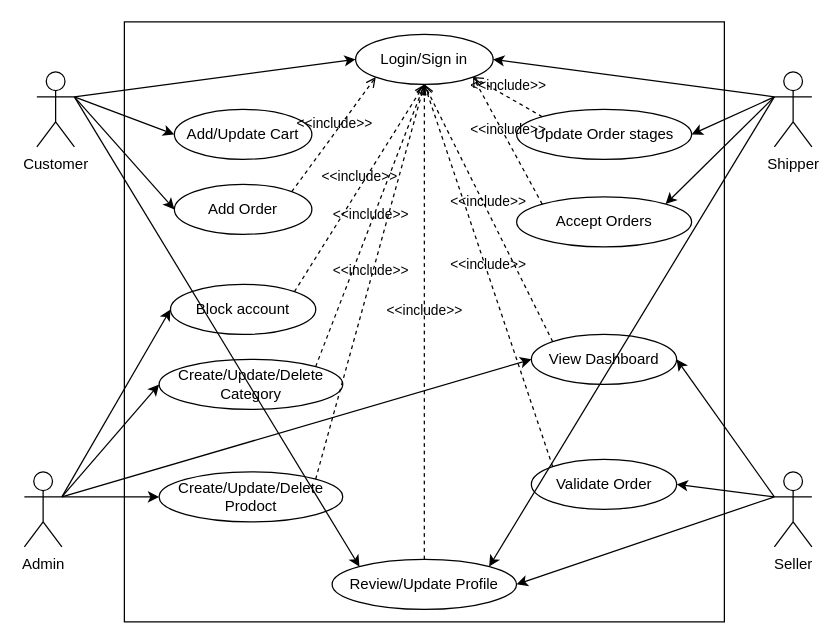
The draw.io diagram fynp use-case.drawio in demosofa/nextjs-FYP, before the edit. Source tidied: cells renumbered, new cells numbered last; positions are measured from the earlier drawing's top-left corner, leaving out a move shared by most shapes. Both pictures are drawn from the tidied source at 125%, with x=0, y=0 at pixel (24, 21).
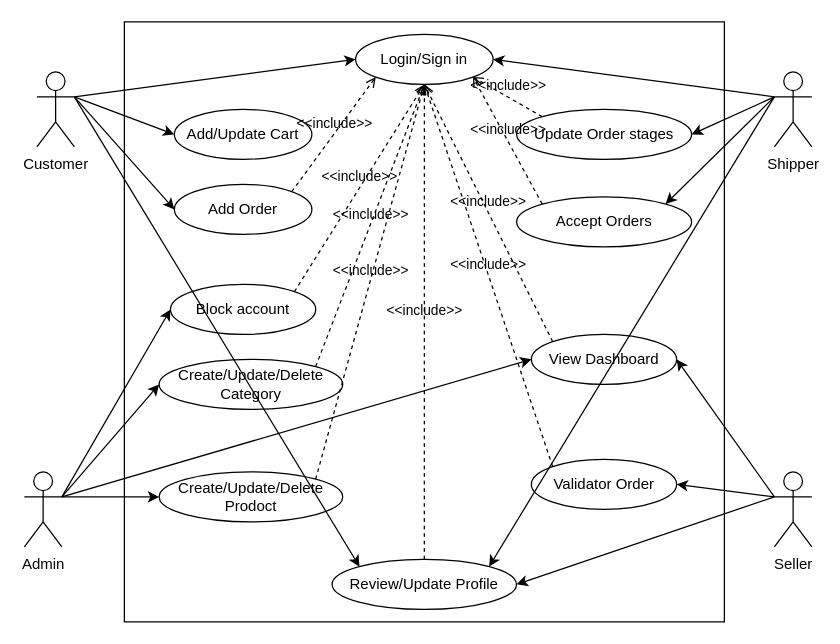
Above is the later version.

Diff of the diagram source:
```diff
@@
-    <mxCell id="18" value="Validate Order" style="ellipse;whiteSpace=wrap;html=1;" parent="1" vertex="1">
+    <mxCell id="18" value="Validator Order" style="ellipse;whiteSpace=wrap;html=1;" parent="1" vertex="1">
       <mxGeometry x="405.6" y="350" width="116.2" height="40" as="geometry" />
     </mxCell>
```
